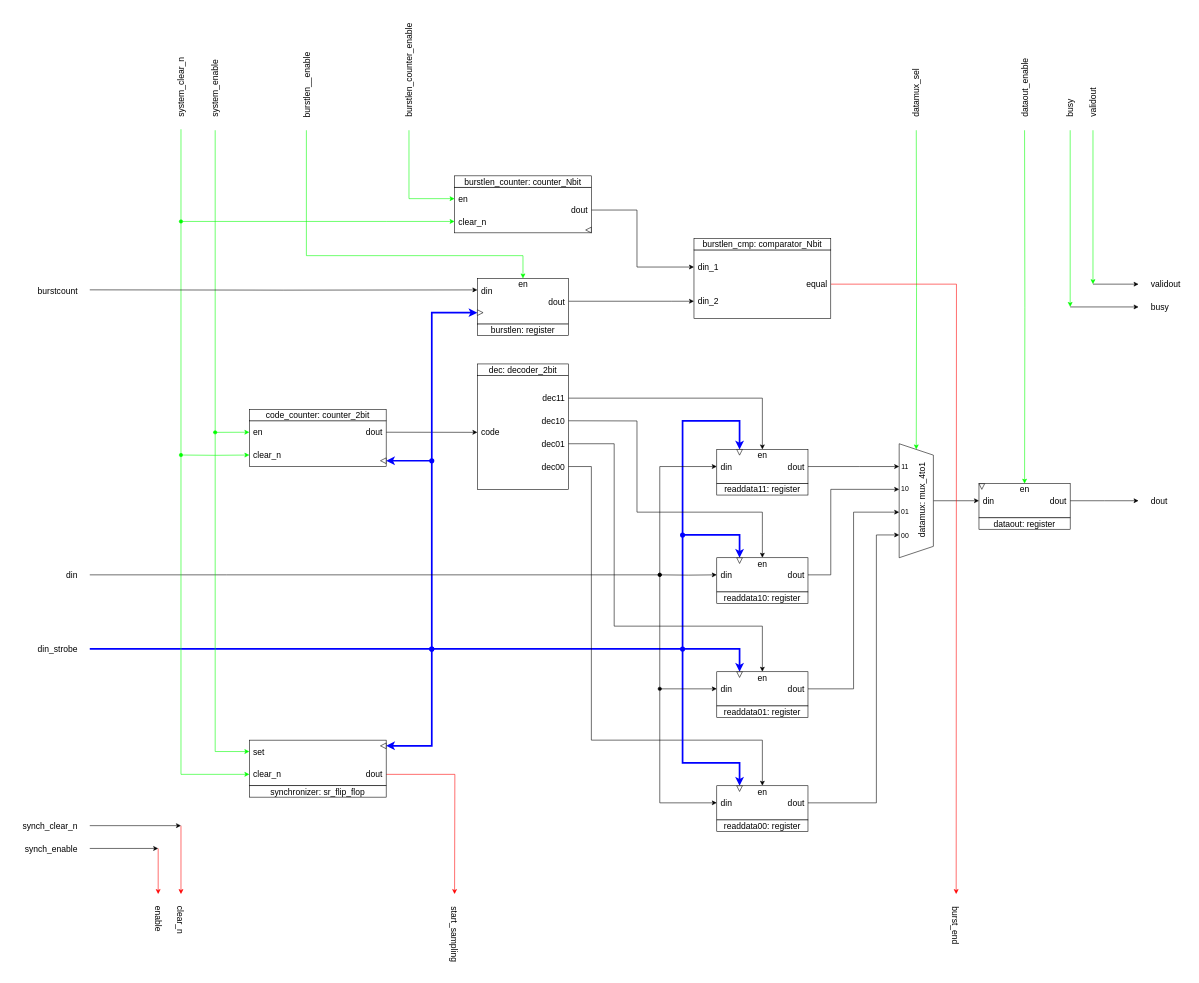
Above: page "synchronizer: RTL" (4 of 5) of IP_cores/AvalonMM_to_hRAM/SSRAM_to_hRAM_v1/rtl/SSRAM_to_hRAM.drawio in AndreaBononi/IP_cores (draw.io), before the change. Source tidied: cells renumbered, new cells numbered last; positions are measured from the earlier drawing's top-left corner, leaving out a move shared by most shapes. Both pictures are drawn from the tidied source at 57%, with x=0, y=0 at pixel (10, 55).
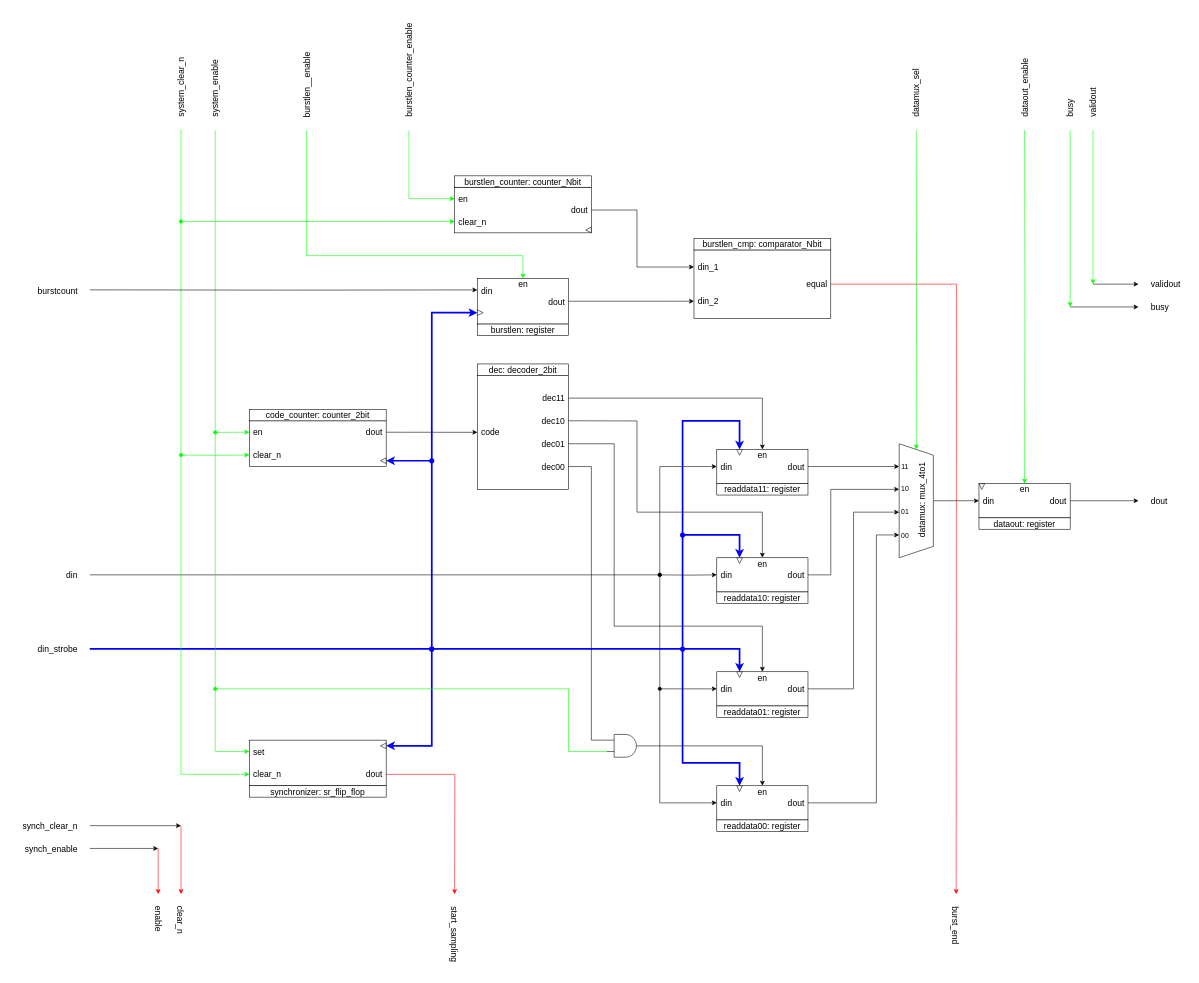
After the change.

The change refers to these unchanged cells:
```xml
<mxCell id="50" style="rounded=0;whiteSpace=wrap;html=1;horizontal=1;" parent="1" vertex="1">
  <mxGeometry x="1240" y="1281" width="160" height="60" as="geometry" />
</mxCell>
```

Diff of the diagram source:
```diff
@@
-    <mxCell id="25" style="endArrow=classic;html=1;rounded=0;endFill=1;entryX=0.5;entryY=0;entryDx=0;entryDy=0;" parent="1" edge="1" target="50">
+    <mxCell id="25" style="endArrow=none;html=1;rounded=0;endFill=0;entryX=0;entryY=0.25;entryDx=0;entryDy=0;entryPerimeter=0;" parent="1" edge="1" target="140">
       <mxGeometry relative="1" as="geometry">
         <mxPoint x="980" y="721" as="sourcePoint" />
         <Array as="points">
           <mxPoint x="1020" y="721" />
           <mxPoint x="1020" y="1201" />
-          <mxPoint x="1320" y="1201" />
         </Array>
       </mxGeometry>
     </mxCell>
@@
+    <mxCell id="138" style="edgeStyle=orthogonalEdgeStyle;rounded=0;jettySize=auto;html=1;exitX=1;exitY=0.5;exitDx=0;exitDy=0;exitPerimeter=0;" parent="1" edge="1" source="140" target="50">
+      <mxGeometry relative="1" as="geometry" />
+    </mxCell>
+    <mxCell id="139" style="edgeStyle=orthogonalEdgeStyle;rounded=0;jettySize=auto;html=1;exitX=0;exitY=0.75;exitDx=0;exitDy=0;exitPerimeter=0;endArrow=oval;endFill=1;strokeColor=#00FF00;" parent="1" edge="1" source="140">
+      <mxGeometry relative="1" as="geometry">
+        <mxPoint x="360" y="1111" as="targetPoint" />
+        <Array as="points">
+          <mxPoint x="980" y="1221" />
+          <mxPoint x="980" y="1111" />
+        </Array>
+      </mxGeometry>
+    </mxCell>
+    <mxCell id="140" style="verticalLabelPosition=bottom;shadow=0;dashed=0;align=center;html=1;verticalAlign=top;shape=mxgraph.electrical.logic_gates.logic_gate;operation=and;" parent="1" vertex="1">
+      <mxGeometry x="1047" y="1191" width="65" height="40" as="geometry" />
+    </mxCell>
```
